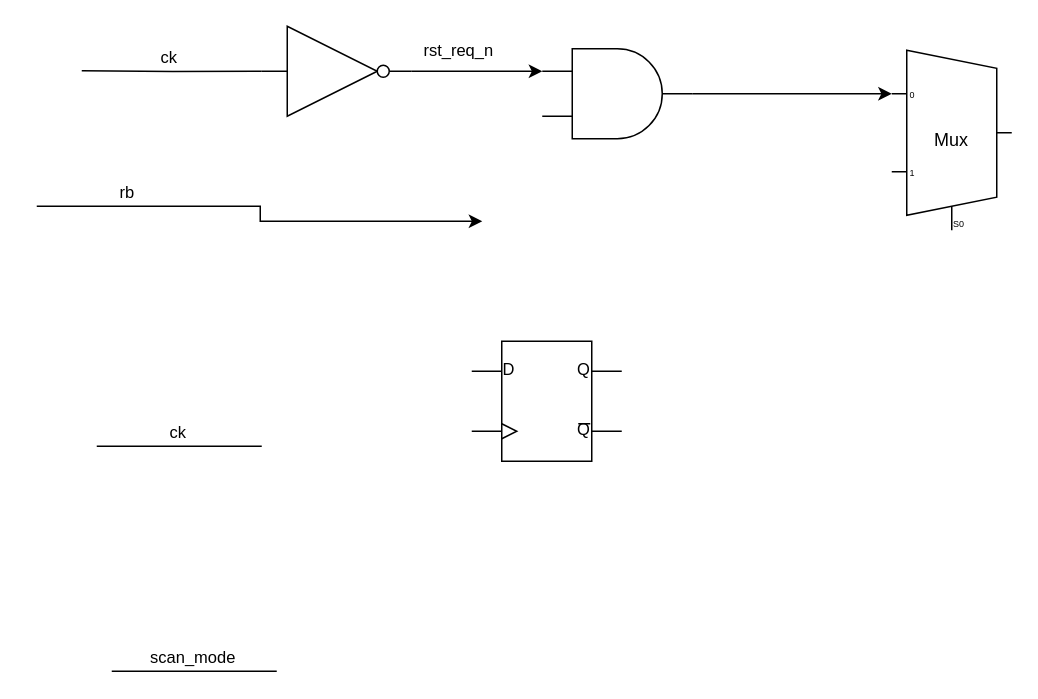
The draw.io diagram electrical/Untitled Diagram.drawio in xiongwei0714/drawio, before the edit. Source tidied: cells renumbered, new cells numbered last; positions are measured from the earlier drawing's top-left corner, leaving out a move shared by most shapes. Both pictures are drawn from the tidied source at 150%, with x=0, y=0 at pixel (36, 26).
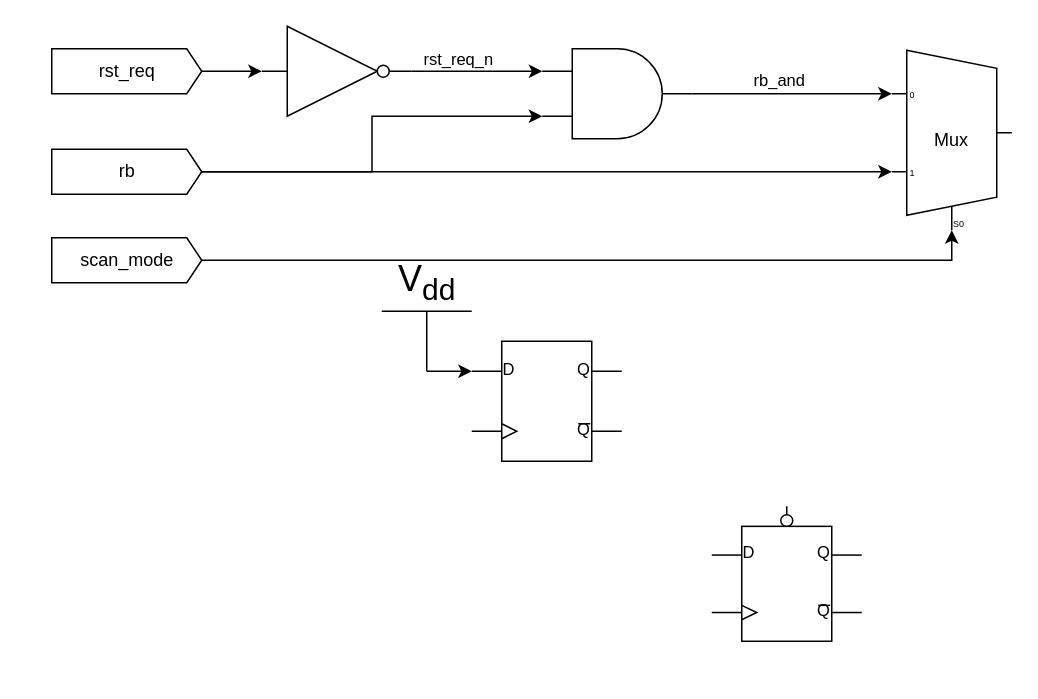
After the change.

The change refers to these unchanged cells:
```xml
<mxCell id="2" style="verticalLabelPosition=bottom;shadow=0;dashed=0;align=center;html=1;verticalAlign=top;shape=mxgraph.electrical.logic_gates.logic_gate;operation=and;" parent="1" vertex="1">
  <mxGeometry x="337" y="15" width="100" height="60" as="geometry" />
</mxCell>
<mxCell id="4" style="verticalLabelPosition=bottom;shadow=0;dashed=0;align=center;html=1;verticalAlign=top;shape=mxgraph.electrical.logic_gates.d_type_flip-flop;" parent="1" vertex="1">
  <mxGeometry x="290" y="210" width="100" height="80" as="geometry" />
</mxCell>
<mxCell id="5" value="Mux" style="shadow=0;dashed=0;align=center;html=1;strokeWidth=1;shape=mxgraph.electrical.abstract.mux2;whiteSpace=wrap;" parent="1" vertex="1">
  <mxGeometry x="570" y="16" width="80" height="120" as="geometry" />
</mxCell>
<mxCell id="6" style="edgeStyle=orthogonalEdgeStyle;rounded=0;jettySize=auto;html=1;exitX=1;exitY=0.5;exitDx=0;exitDy=0;exitPerimeter=0;entryX=0;entryY=0.25;entryDx=0;entryDy=0;entryPerimeter=0;" parent="1" edge="1" source="3" target="2">
  <mxGeometry relative="1" as="geometry">
    <Array as="points">
      <mxPoint x="250" y="30" />
    </Array>
  </mxGeometry>
</mxCell>
```

Change to the diagram source:
```diff
@@
-    <mxCell id="3" style="verticalLabelPosition=bottom;shadow=0;dashed=0;align=center;html=1;verticalAlign=top;shape=mxgraph.electrical.logic_gates.inverter_2;" parent="1" vertex="1">
+    <mxCell id="3" style="verticalLabelPosition=bottom;shadow=0;dashed=0;align=center;html=1;verticalAlign=top;shape=mxgraph.electrical.logic_gates.inverter_2;movableLabel=1;" parent="1" vertex="1">
       <mxGeometry x="150" width="100" height="60" as="geometry" />
     </mxCell>
@@
-    <mxCell id="7" value="rst_req_n" style="edgeLabel;html=1;align=center;verticalAlign=middle;" parent="6" vertex="1">
+    <mxCell id="7" value="rst_req_n" style="edgeLabel;html=1;align=center;verticalAlign=bottom;labelPosition=center;verticalLabelPosition=top;" parent="6" vertex="1">
       <mxGeometry x="-0.16" y="4" relative="1" as="geometry">
-        <mxPoint x="-7" y="-11" as="offset" />
+        <mxPoint x="-7" y="4" as="offset" />
       </mxGeometry>
     </mxCell>
-    <mxCell id="8" style="endArrow=none;html=1;rounded=0;entryX=0;entryY=0.5;entryDx=0;entryDy=0;entryPerimeter=0;edgeStyle=orthogonalEdgeStyle;" parent="1" edge="1">
-      <mxGeometry relative="1" as="geometry">
-        <mxPoint x="40" y="280" as="sourcePoint" />
-        <mxPoint x="150" y="280" as="targetPoint" />
-      </mxGeometry>
-    </mxCell>
-    <mxCell id="9" value="ck" style="edgeLabel;html=1;align=center;verticalAlign=middle;" parent="8" vertex="1">
-      <mxGeometry x="-0.04" y="-2" relative="1" as="geometry">
-        <mxPoint y="-12" as="offset" />
-      </mxGeometry>
-    </mxCell>
-    <mxCell id="10" style="endArrow=none;html=1;rounded=0;entryX=0;entryY=0.5;entryDx=0;entryDy=0;entryPerimeter=0;edgeStyle=orthogonalEdgeStyle;" parent="1" edge="1">
-      <mxGeometry relative="1" as="geometry">
-        <mxPoint x="50" y="430" as="sourcePoint" />
-        <mxPoint x="160" y="430" as="targetPoint" />
-      </mxGeometry>
-    </mxCell>
+    <mxCell id="14" style="edgeStyle=orthogonalEdgeStyle;rounded=0;jettySize=auto;html=1;exitX=1;exitY=0.5;exitDx=0;exitDy=0;exitPerimeter=0;entryX=0;entryY=0.21666666666666667;entryDx=0;entryDy=3;entryPerimeter=0;" parent="1" edge="1" source="2" target="5">
+      <mxGeometry relative="1" as="geometry" />
+    </mxCell>
+    <mxCell id="17" value="rb_and" style="edgeLabel;html=1;align=center;verticalAlign=bottom;labelPosition=center;verticalLabelPosition=top;" parent="14" vertex="1">
+      <mxGeometry x="-0.15" y="1" relative="1" as="geometry" />
+    </mxCell>
+    <mxCell id="18" style="verticalLabelPosition=bottom;shadow=0;dashed=0;align=center;html=1;verticalAlign=top;shape=mxgraph.electrical.logic_gates.d_type_flip-flop_with_clear_2;" parent="1" vertex="1">
+      <mxGeometry x="450" y="320" width="100" height="90" as="geometry" />
+    </mxCell>
-    <mxCell id="11" value="scan_mode" style="edgeLabel;html=1;align=center;verticalAlign=middle;points=[];" parent="10" vertex="1">
-      <mxGeometry x="-0.04" y="-2" relative="1" as="geometry">
-        <mxPoint y="-12" as="offset" />
-      </mxGeometry>
+    <mxCell id="11" value="scan_mode" style="shape=mxgraph.arrows2.arrow;verticalLabelPosition=middle;shadow=0;dashed=0;align=center;html=1;verticalAlign=middle;strokeWidth=1;dy=0;dx=10;notch=0;labelPosition=center;" parent="1" vertex="1">
+      <mxGeometry x="10" y="141" width="100" height="30" as="geometry" />
     </mxCell>
-    <mxCell id="12" style="endArrow=classic;html=1;rounded=0;edgeStyle=elbowEdgeStyle;entryX=0;entryY=0.25;entryDx=0;entryDy=0;entryPerimeter=0;curved=0;endFill=1;" parent="1" edge="1">
-      <mxGeometry relative="1" as="geometry">
-        <mxPoint y="120" as="sourcePoint" />
-        <mxPoint x="297" y="130" as="targetPoint" />
-      </mxGeometry>
-    </mxCell>
+    <mxCell id="19" value="rst_req" style="shape=mxgraph.arrows2.arrow;verticalLabelPosition=middle;shadow=0;dashed=0;align=center;html=1;verticalAlign=middle;strokeWidth=1;dy=0;dx=10;notch=0;labelPosition=center;" parent="1" vertex="1">
+      <mxGeometry x="10" y="15" width="100" height="30" as="geometry" />
+    </mxCell>
-    <mxCell id="13" value="rb" style="edgeLabel;html=1;align=center;verticalAlign=middle;points=[];" parent="12" vertex="1">
-      <mxGeometry x="-0.04" y="-2" relative="1" as="geometry">
-        <mxPoint x="-88" y="-12" as="offset" />
-      </mxGeometry>
+    <mxCell id="13" value="rb" style="shape=mxgraph.arrows2.arrow;verticalLabelPosition=middle;shadow=0;dashed=0;align=center;html=1;verticalAlign=middle;strokeWidth=1;dy=0;dx=10;notch=0;labelPosition=center;" parent="1" vertex="1">
+      <mxGeometry x="10" y="82" width="100" height="30" as="geometry" />
     </mxCell>
-    <mxCell id="14" style="edgeStyle=orthogonalEdgeStyle;rounded=0;jettySize=auto;html=1;exitX=1;exitY=0.5;exitDx=0;exitDy=0;exitPerimeter=0;entryX=0;entryY=0.21666666666666667;entryDx=0;entryDy=3;entryPerimeter=0;" parent="1" edge="1" source="2" target="5">
-      <mxGeometry relative="1" as="geometry" />
-    </mxCell>
-    <mxCell id="15" style="endArrow=none;html=1;rounded=0;entryX=0;entryY=0.5;entryDx=0;entryDy=0;entryPerimeter=0;edgeStyle=orthogonalEdgeStyle;" parent="1" edge="1" target="3">
-      <mxGeometry relative="1" as="geometry">
-        <mxPoint x="30" y="29.6" as="sourcePoint" />
-      </mxGeometry>
-    </mxCell>
-    <mxCell id="16" value="ck" style="edgeLabel;html=1;align=center;verticalAlign=middle;" parent="15" vertex="1">
-      <mxGeometry x="-0.04" y="-2" relative="1" as="geometry">
-        <mxPoint y="-12" as="offset" />
-      </mxGeometry>
-    </mxCell>
+    <mxCell id="20" style="edgeStyle=orthogonalEdgeStyle;rounded=0;jettySize=auto;html=1;exitX=1;exitY=0.5;exitDx=0;exitDy=0;exitPerimeter=0;entryX=0;entryY=0.5;entryDx=0;entryDy=0;entryPerimeter=0;" parent="1" edge="1" source="19" target="3">
+      <mxGeometry relative="1" as="geometry" />
+    </mxCell>
+    <mxCell id="21" style="edgeStyle=orthogonalEdgeStyle;rounded=0;jettySize=auto;html=1;exitX=1;exitY=0.5;exitDx=0;exitDy=0;exitPerimeter=0;entryX=0;entryY=0.75;entryDx=0;entryDy=0;entryPerimeter=0;" parent="1" edge="1" source="13" target="2">
+      <mxGeometry relative="1" as="geometry" />
+    </mxCell>
+    <mxCell id="22" style="edgeStyle=orthogonalEdgeStyle;rounded=0;jettySize=auto;html=1;exitX=1;exitY=0.5;exitDx=0;exitDy=0;exitPerimeter=0;entryX=0;entryY=0.65;entryDx=0;entryDy=3;entryPerimeter=0;" parent="1" edge="1" source="13" target="5">
+      <mxGeometry relative="1" as="geometry" />
+    </mxCell>
+    <mxCell id="23" style="edgeStyle=orthogonalEdgeStyle;rounded=0;jettySize=auto;html=1;exitX=1;exitY=0.5;exitDx=0;exitDy=0;exitPerimeter=0;entryX=0.375;entryY=1;entryDx=10;entryDy=0;entryPerimeter=0;" parent="1" edge="1" source="11" target="5">
+      <mxGeometry relative="1" as="geometry" />
+    </mxCell>
+    <mxCell id="24" value="V&lt;sub&gt;dd&lt;/sub&gt;" style="verticalLabelPosition=top;verticalAlign=bottom;shape=mxgraph.electrical.signal_sources.vdd;shadow=0;dashed=0;align=center;strokeWidth=1;fontSize=24;html=1;flipV=1;" parent="1" vertex="1">
+      <mxGeometry x="230" y="190" width="60" height="40" as="geometry" />
+    </mxCell>
+    <mxCell id="25" style="edgeStyle=orthogonalEdgeStyle;rounded=0;jettySize=auto;html=1;exitX=0.5;exitY=0;exitDx=0;exitDy=0;exitPerimeter=0;entryX=0;entryY=0.25;entryDx=0;entryDy=0;entryPerimeter=0;" parent="1" edge="1" source="24" target="4">
+      <mxGeometry relative="1" as="geometry" />
+    </mxCell>
```
